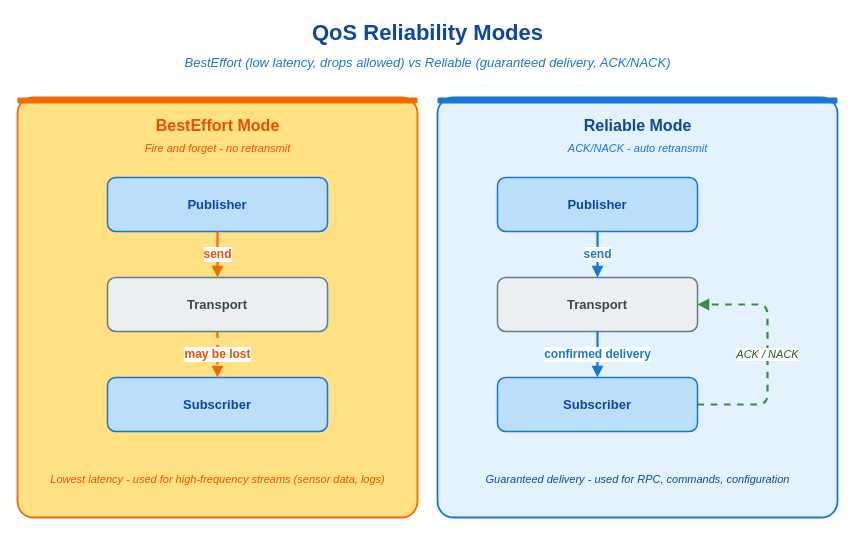
The draw.io diagram doc/images/qos-reliability.drawio in thun-res/vlink, before the edit. Source tidied: cells renumbered, new cells numbered last; positions are measured from the earlier drawing's top-left corner, leaving out a move shared by most shapes. Both pictures are drawn from the tidied source at 100%, with x=0, y=0 at pixel (17, 17).
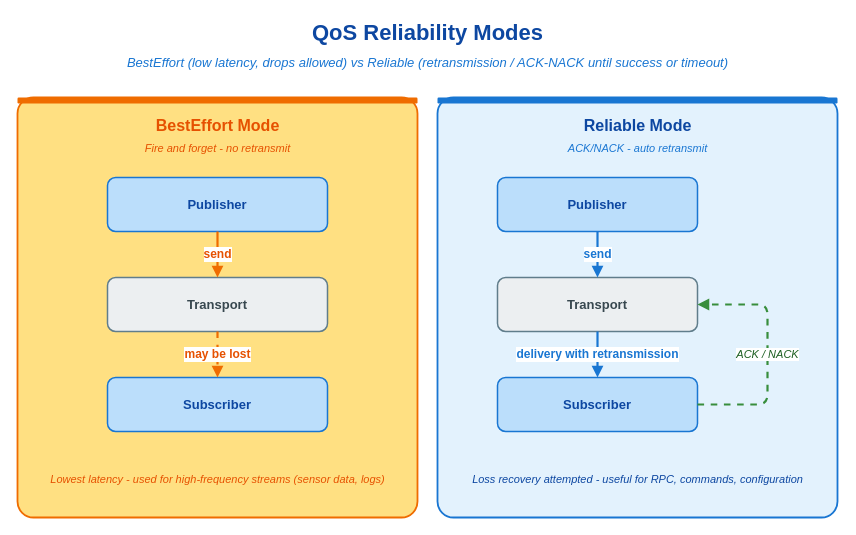
The same page after the edit.

Unchanged cells that the change refers to:
```xml
<mxCell id="19" value="Transport" style="rounded=1;whiteSpace=wrap;html=1;fillColor=#eceff1;strokeColor=#607d8b;strokeWidth=1.5;fontFamily=Helvetica;fontSize=13;fontStyle=1;fontColor=#37474f;align=center;shadow=0;" parent="1" vertex="1">
  <mxGeometry x="480" y="260" width="200" height="54" as="geometry" />
</mxCell>
<mxCell id="20" value="Subscriber" style="rounded=1;whiteSpace=wrap;html=1;fillColor=#bbdefb;strokeColor=#1976d2;strokeWidth=1.5;fontFamily=Helvetica;fontSize=13;fontStyle=1;fontColor=#0d47a1;align=center;shadow=0;" parent="1" vertex="1">
  <mxGeometry x="480" y="360" width="200" height="54" as="geometry" />
</mxCell>
```

Change to the diagram source:
```diff
@@
-    <mxCell id="3" value="BestEffort (low latency, drops allowed)  vs  Reliable (guaranteed delivery, ACK/NACK)" style="text;html=1;align=center;verticalAlign=middle;strokeColor=none;fillColor=none;fontFamily=Helvetica;fontSize=13;fontStyle=2;fontColor=#1976d2;shadow=0;" parent="1" vertex="1">
+    <mxCell id="3" value="BestEffort (low latency, drops allowed)  vs  Reliable (retransmission / ACK-NACK until success or timeout)" style="text;html=1;align=center;verticalAlign=middle;strokeColor=none;fillColor=none;fontFamily=Helvetica;fontSize=13;fontStyle=2;fontColor=#1976d2;shadow=0;" parent="1" vertex="1">
       <mxGeometry y="34" width="820" height="22" as="geometry" />
     </mxCell>
@@
-    <mxCell id="22" value="confirmed delivery" style="endArrow=block;endFill=1;html=1;strokeColor=#1976d2;strokeWidth=2.2;fontFamily=Helvetica;fontSize=12;fontStyle=1;fontColor=#1976d2;labelBackgroundColor=#ffffff;exitX=0.5;exitY=1;entryX=0.5;entryY=0;shadow=0;" parent="1" edge="1" source="19" target="20">
+    <mxCell id="22" value="delivery with retransmission" style="endArrow=block;endFill=1;html=1;strokeColor=#1976d2;strokeWidth=2.2;fontFamily=Helvetica;fontSize=12;fontStyle=1;fontColor=#1976d2;labelBackgroundColor=#ffffff;exitX=0.5;exitY=1;entryX=0.5;entryY=0;shadow=0;" parent="1" edge="1" source="19" target="20">
       <mxGeometry relative="1" as="geometry" />
     </mxCell>
@@
-    <mxCell id="24" value="Guaranteed delivery - used for RPC, commands, configuration" style="text;html=1;align=center;verticalAlign=middle;strokeColor=none;fillColor=none;fontFamily=Helvetica;fontSize=11;fontStyle=2;fontColor=#0d47a1;shadow=0;" parent="1" vertex="1">
+    <mxCell id="24" value="Loss recovery attempted - useful for RPC, commands, configuration" style="text;html=1;align=center;verticalAlign=middle;strokeColor=none;fillColor=none;fontFamily=Helvetica;fontSize=11;fontStyle=2;fontColor=#0d47a1;shadow=0;" parent="1" vertex="1">
       <mxGeometry x="440" y="440" width="360" height="44" as="geometry" />
     </mxCell>
```
